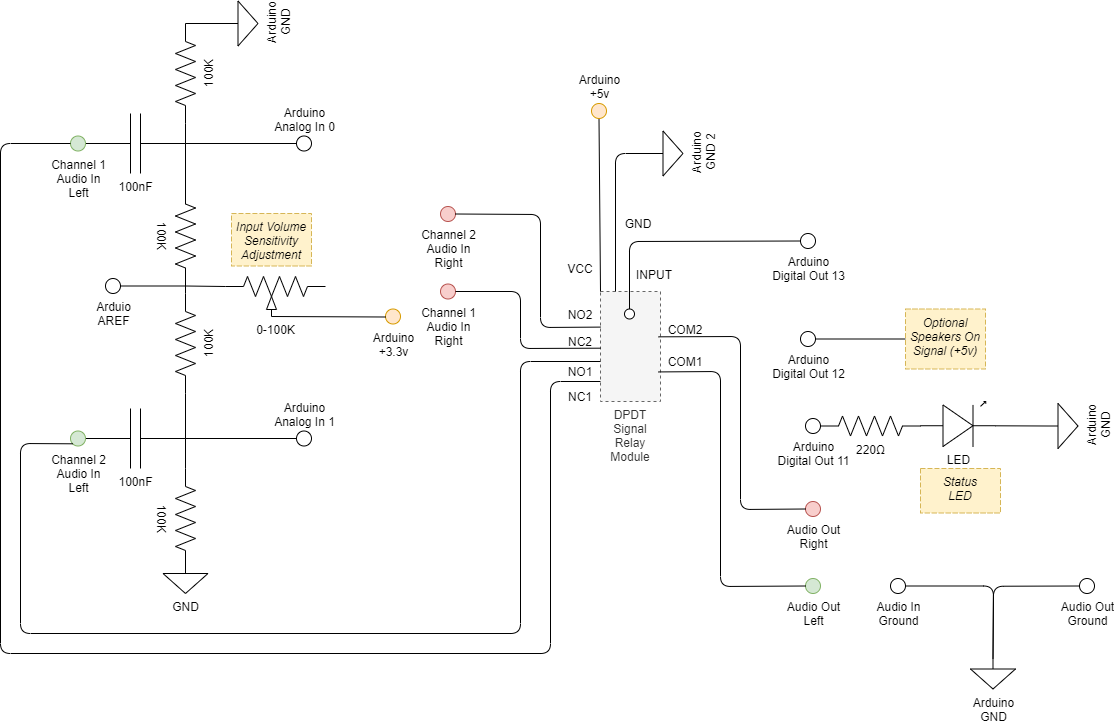
Earlier version of the draw.io export schematic.drawio.png (samartzidis/audio_switch). Source tidied: cells renumbered, new cells last; positions are measured from the earlier drawing's top-left corner, leaving out a move shared by most shapes.
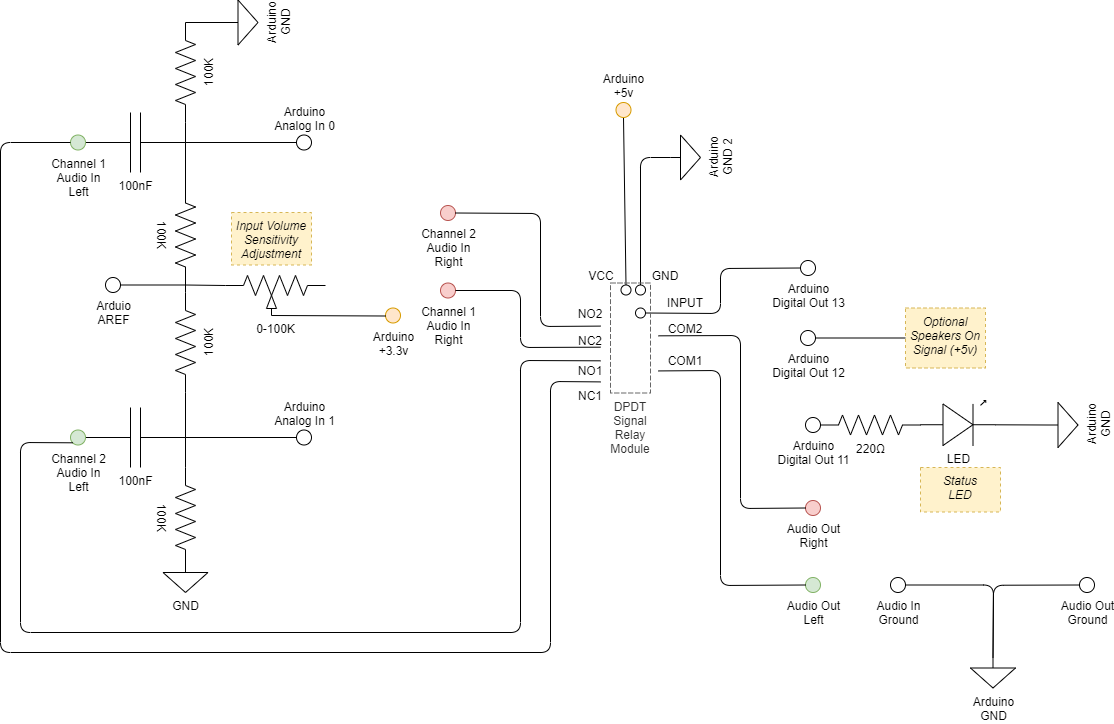
After the commit.

Change to the diagram source:
```diff
@@ -2,12 +2,6 @@
   <root>
     <mxCell id="0" />
     <mxCell id="1" parent="0" />
-    <mxCell id="2" value="DPDT Signal Relay Module" style="rounded=0;whiteSpace=wrap;html=1;labelPosition=center;verticalLabelPosition=bottom;align=center;verticalAlign=top;fillColor=#f5f5f5;dashed=1;strokeColor=#666666;fontColor=#333333;" parent="1" vertex="1">
-      <mxGeometry x="600" y="283" width="60" height="110" as="geometry" />
-    </mxCell>
-    <mxCell id="3" style="verticalLabelPosition=bottom;shadow=0;dashed=0;align=center;html=1;verticalAlign=top;shape=mxgraph.electrical.electro-mechanical.dpdt2;rotation=-180;" parent="1" vertex="1">
-      <mxGeometry x="600" y="315.5" width="58" height="62" as="geometry" />
-    </mxCell>
     <mxCell id="4" value="Channel 1&lt;br&gt;Audio In&lt;br&gt;Right" style="verticalLabelPosition=bottom;shadow=0;dashed=0;align=center;html=1;verticalAlign=top;strokeWidth=1;shape=ellipse;perimeter=ellipsePerimeter;fillColor=#f8cecc;strokeColor=#b85450;" parent="1" vertex="1">
       <mxGeometry x="440" y="275.5" width="15" height="15" as="geometry" />
     </mxCell>
@@ -52,18 +46,11 @@
         </Array>
       </mxGeometry>
     </mxCell>
-    <mxCell id="12" style="endArrow=none;html=1;exitX=0.5;exitY=0;exitDx=0;exitDy=0;entryX=0;entryY=0.5;entryDx=0;entryDy=0;" parent="1" edge="1" source="13" target="14">
-      <mxGeometry relative="1" as="geometry">
-        <Array as="points">
-          <mxPoint x="629" y="233" />
-        </Array>
-      </mxGeometry>
-    </mxCell>
     <mxCell id="13" style="ellipse;whiteSpace=wrap;html=1;labelPosition=right;verticalLabelPosition=middle;align=left;verticalAlign=middle;" parent="1" vertex="1">
-      <mxGeometry x="624" y="300.5" width="10" height="10" as="geometry" />
+      <mxGeometry x="635" y="300.5" width="10" height="10" as="geometry" />
     </mxCell>
     <mxCell id="14" value="Arduino&lt;br&gt;Digital Out 13" style="verticalLabelPosition=bottom;shadow=0;dashed=0;align=center;html=1;verticalAlign=top;strokeWidth=1;shape=ellipse;perimeter=ellipsePerimeter;" parent="1" vertex="1">
-      <mxGeometry x="800" y="225" width="15" height="15" as="geometry" />
+      <mxGeometry x="800" y="253" width="15" height="15" as="geometry" />
     </mxCell>
     <mxCell id="15" value="Arduino&lt;br&gt;Digital Out 11" style="verticalLabelPosition=bottom;shadow=0;dashed=0;align=center;html=1;verticalAlign=top;strokeWidth=1;shape=ellipse;perimeter=ellipsePerimeter;" parent="1" vertex="1">
       <mxGeometry x="805" y="410" width="15" height="15" as="geometry" />
@@ -87,16 +74,16 @@
       <mxGeometry x="905" y="300.5" width="80" height="60" as="geometry" />
     </mxCell>
     <mxCell id="22" value="NO1" style="text;html=1;strokeColor=none;fillColor=none;align=center;verticalAlign=middle;whiteSpace=wrap;rounded=0;" parent="1" vertex="1">
-      <mxGeometry x="560" y="353" width="40" height="20" as="geometry" />
+      <mxGeometry x="570" y="353" width="40" height="20" as="geometry" />
     </mxCell>
     <mxCell id="23" value="NO2" style="text;html=1;strokeColor=none;fillColor=none;align=center;verticalAlign=middle;whiteSpace=wrap;rounded=0;" parent="1" vertex="1">
-      <mxGeometry x="560" y="295.5" width="40" height="20" as="geometry" />
+      <mxGeometry x="570" y="295.5" width="40" height="20" as="geometry" />
     </mxCell>
     <mxCell id="24" value="NC1" style="text;html=1;strokeColor=none;fillColor=none;align=center;verticalAlign=middle;whiteSpace=wrap;rounded=0;" parent="1" vertex="1">
-      <mxGeometry x="560" y="377.5" width="40" height="20" as="geometry" />
+      <mxGeometry x="570" y="377.5" width="40" height="20" as="geometry" />
     </mxCell>
     <mxCell id="25" value="NC2" style="text;html=1;strokeColor=none;fillColor=none;align=center;verticalAlign=middle;whiteSpace=wrap;rounded=0;" parent="1" vertex="1">
-      <mxGeometry x="560" y="323" width="40" height="20" as="geometry" />
+      <mxGeometry x="570" y="323" width="40" height="20" as="geometry" />
     </mxCell>
     <mxCell id="26" value="COM2" style="text;html=1;strokeColor=none;fillColor=none;align=center;verticalAlign=middle;whiteSpace=wrap;rounded=0;" parent="1" vertex="1">
       <mxGeometry x="665" y="310.5" width="40" height="20" as="geometry" />
@@ -204,7 +191,7 @@
     <mxCell id="57" style="endArrow=none;html=1;entryX=1;entryY=0.5;entryDx=0;entryDy=0;entryPerimeter=0;exitX=1;exitY=0.5;exitDx=0;exitDy=0;" parent="1" edge="1" source="56" target="36">
       <mxGeometry relative="1" as="geometry" />
     </mxCell>
-    <mxCell id="58" style="endArrow=none;html=1;exitX=0;exitY=1;exitDx=0;exitDy=0;entryX=1;entryY=0;entryDx=0;entryDy=0;" parent="1" edge="1" source="49" target="22">
+    <mxCell id="58" style="endArrow=none;html=1;exitX=0;exitY=1;exitDx=0;exitDy=0;entryX=1;entryY=0.39;entryDx=0;entryDy=0;entryPerimeter=0;" parent="1" edge="1" source="49" target="3">
       <mxGeometry relative="1" as="geometry">
         <Array as="points">
           <mxPoint x="20" y="435" />
@@ -214,10 +201,10 @@
         </Array>
       </mxGeometry>
     </mxCell>
-    <mxCell id="59" style="endArrow=none;html=1;entryX=0;entryY=0.5;entryDx=0;entryDy=0;exitX=1;exitY=1;exitDx=0;exitDy=0;" parent="1" edge="1" source="22" target="48">
+    <mxCell id="59" style="endArrow=none;html=1;entryX=0;entryY=0.5;entryDx=0;entryDy=0;exitX=1;exitY=0.05;exitDx=0;exitDy=0;exitPerimeter=0;" parent="1" edge="1" source="3" target="48">
       <mxGeometry relative="1" as="geometry">
         <Array as="points">
-          <mxPoint x="550" y="373" />
+          <mxPoint x="550" y="374" />
           <mxPoint x="550" y="645" />
           <mxPoint y="645" />
           <mxPoint y="135" />
@@ -227,33 +214,33 @@
     <mxCell id="60" style="endArrow=none;html=1;entryX=1;entryY=0.5;entryDx=0;entryDy=0;entryPerimeter=0;exitX=0;exitY=0.5;exitDx=0;exitDy=0;exitPerimeter=0;" parent="1" edge="1" source="40" target="47">
       <mxGeometry relative="1" as="geometry" />
     </mxCell>
-    <mxCell id="61" style="endArrow=none;html=1;exitX=0;exitY=0;exitDx=0;exitDy=0;entryX=0.5;entryY=1;entryDx=0;entryDy=0;" parent="1" edge="1" source="2" target="63">
+    <mxCell id="61" style="endArrow=none;html=1;exitX=0.5;exitY=0;exitDx=0;exitDy=0;entryX=0.5;entryY=1;entryDx=0;entryDy=0;" parent="1" edge="1" source="72" target="63">
       <mxGeometry relative="1" as="geometry" />
     </mxCell>
-    <mxCell id="62" style="endArrow=none;html=1;exitX=0.25;exitY=0;exitDx=0;exitDy=0;entryX=0.5;entryY=0;entryDx=0;entryDy=0;entryPerimeter=0;" parent="1" edge="1" source="2" target="64">
+    <mxCell id="62" style="endArrow=none;html=1;entryX=0.5;entryY=0;entryDx=0;entryDy=0;entryPerimeter=0;exitX=0.5;exitY=0;exitDx=0;exitDy=0;" parent="1" edge="1" source="71" target="64">
       <mxGeometry relative="1" as="geometry">
         <Array as="points">
-          <mxPoint x="615" y="145" />
+          <mxPoint x="640" y="150" />
         </Array>
       </mxGeometry>
     </mxCell>
     <mxCell id="63" value="Arduino&lt;br&gt;+5v" style="verticalLabelPosition=top;shadow=0;dashed=0;align=center;html=1;verticalAlign=bottom;strokeWidth=1;shape=ellipse;perimeter=ellipsePerimeter;labelPosition=center;fillColor=#ffe6cc;strokeColor=#d79b00;" parent="1" vertex="1">
-      <mxGeometry x="591" y="95" width="15" height="15" as="geometry" />
+      <mxGeometry x="615.5" y="95" width="15" height="15" as="geometry" />
     </mxCell>
     <mxCell id="64" value="Arduino&lt;br&gt;GND 2" style="verticalLabelPosition=bottom;shadow=0;dashed=0;align=center;html=1;verticalAlign=top;shape=mxgraph.electrical.signal_sources.signal_ground;rotation=-90;" parent="1" vertex="1">
-      <mxGeometry x="645" y="130" width="45" height="30" as="geometry" />
+      <mxGeometry x="662.5" y="135" width="45" height="30" as="geometry" />
     </mxCell>
     <mxCell id="65" value="&lt;i&gt;Status&lt;br&gt;LED&lt;br&gt;&lt;/i&gt;" style="text;html=1;strokeColor=#d6b656;fillColor=#fff2cc;align=center;verticalAlign=top;whiteSpace=wrap;rounded=0;dashed=1;" parent="1" vertex="1">
       <mxGeometry x="920" y="460" width="80" height="44.5" as="geometry" />
     </mxCell>
     <mxCell id="66" value="VCC" style="text;html=1;strokeColor=none;fillColor=none;align=center;verticalAlign=middle;whiteSpace=wrap;rounded=0;" parent="1" vertex="1">
-      <mxGeometry x="560" y="250" width="40" height="20" as="geometry" />
+      <mxGeometry x="580.5" y="257.5" width="40" height="20" as="geometry" />
     </mxCell>
     <mxCell id="67" value="GND" style="text;html=1;strokeColor=none;fillColor=none;align=center;verticalAlign=middle;whiteSpace=wrap;rounded=0;" parent="1" vertex="1">
-      <mxGeometry x="618" y="205" width="40" height="20" as="geometry" />
+      <mxGeometry x="645" y="257.5" width="40" height="20" as="geometry" />
     </mxCell>
     <mxCell id="68" value="INPUT" style="text;html=1;strokeColor=none;fillColor=none;align=center;verticalAlign=middle;whiteSpace=wrap;rounded=0;" parent="1" vertex="1">
-      <mxGeometry x="634" y="255.5" width="40" height="20" as="geometry" />
+      <mxGeometry x="665" y="285" width="40" height="20" as="geometry" />
     </mxCell>
     <mxCell id="69" value="&lt;i&gt;Input Volume&lt;br&gt;Sensitivity&lt;br&gt;Adjustment&lt;br&gt;&lt;/i&gt;" style="text;html=1;strokeColor=#d6b656;fillColor=#fff2cc;align=center;verticalAlign=top;whiteSpace=wrap;rounded=0;dashed=1;" parent="1" vertex="1">
       <mxGeometry x="231" y="205" width="80" height="52.5" as="geometry" />
@@ -261,5 +248,25 @@
     <mxCell id="70" style="endArrow=none;html=1;entryX=0.5;entryY=0;entryDx=0;entryDy=0;entryPerimeter=0;exitX=1;exitY=0.5;exitDx=0;exitDy=0;exitPerimeter=0;" parent="1" edge="1" source="35" target="53">
       <mxGeometry relative="1" as="geometry" />
     </mxCell>
+    <mxCell id="3" style="verticalLabelPosition=bottom;shadow=0;dashed=0;align=center;html=1;verticalAlign=top;shape=mxgraph.electrical.electro-mechanical.dpdt2;rotation=-180;gradientColor=none;fillColor=none;strokeColor=#000000;" parent="1" vertex="1">
+      <mxGeometry x="600" y="315.5" width="58" height="62" as="geometry" />
+    </mxCell>
+    <mxCell id="71" style="ellipse;whiteSpace=wrap;html=1;labelPosition=right;verticalLabelPosition=middle;align=left;verticalAlign=middle;" parent="1" vertex="1">
+      <mxGeometry x="635" y="277.5" width="10" height="10" as="geometry" />
+    </mxCell>
+    <mxCell id="72" style="ellipse;whiteSpace=wrap;html=1;labelPosition=right;verticalLabelPosition=middle;align=left;verticalAlign=middle;" parent="1" vertex="1">
+      <mxGeometry x="620.5" y="277.5" width="10" height="10" as="geometry" />
+    </mxCell>
+    <mxCell id="12" style="endArrow=none;html=1;exitX=1;exitY=0.5;exitDx=0;exitDy=0;entryX=0;entryY=0.5;entryDx=0;entryDy=0;" parent="1" edge="1" source="13" target="14">
+      <mxGeometry relative="1" as="geometry">
+        <Array as="points">
+          <mxPoint x="720" y="306" />
+          <mxPoint x="720" y="261" />
+        </Array>
+      </mxGeometry>
+    </mxCell>
+    <mxCell id="2" value="DPDT Signal Relay Module" style="rounded=0;whiteSpace=wrap;html=1;labelPosition=center;verticalLabelPosition=bottom;align=center;verticalAlign=top;fillColor=none;dashed=1;strokeColor=#666666;fontColor=#333333;" parent="1" vertex="1">
+      <mxGeometry x="610" y="275.5" width="40" height="110" as="geometry" />
+    </mxCell>
   </root>
 </mxGraphModel>
```
